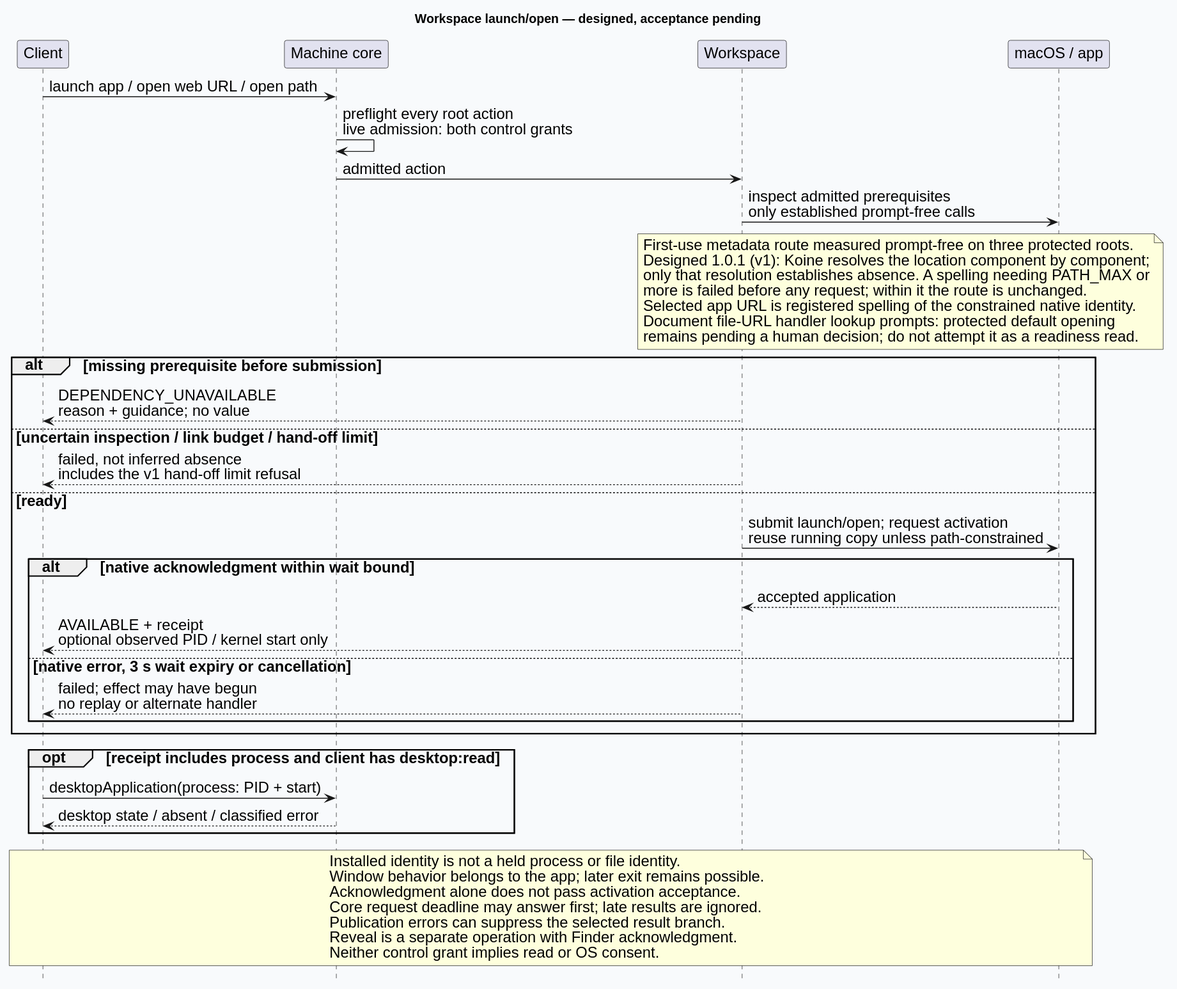
Earlier version of the PlantUML export docs/design/architecture/workspace-open.svg (Linkuistics/Koine).
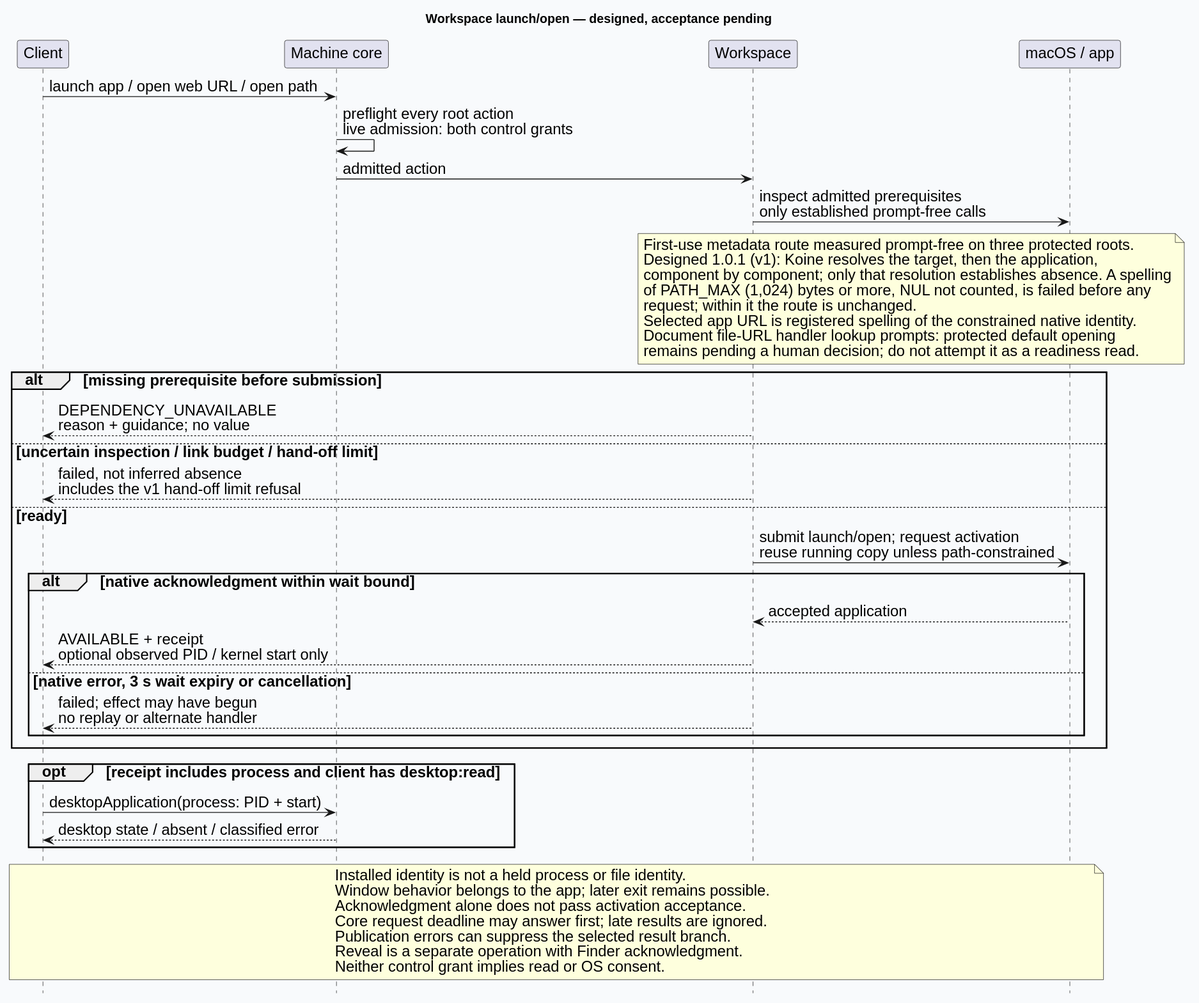
The same file after the commit.

Diff of the diagram source:
```diff
@@ -15,9 +15,10 @@
 Workspace -> Native: inspect admitted prerequisites\nonly established prompt-free calls
 note over Workspace,Native
 First-use metadata route measured prompt-free on three protected roots.
-Designed 1.0.1 (v1): Koine resolves the location component by component;
-only that resolution establishes absence. A spelling needing PATH_MAX or
-more is failed before any request; within it the route is unchanged.
+Designed 1.0.1 (v1): Koine resolves the target, then the application,
+component by component; only that resolution establishes absence. A spelling
+of PATH_MAX (1,024) bytes or more, NUL not counted, is failed before any
+request; within it the route is unchanged.
 Selected app URL is registered spelling of the constrained native identity.
 Document file-URL handler lookup prompts: protected default opening
 remains pending a human decision; do not attempt it as a readiness read.
```
